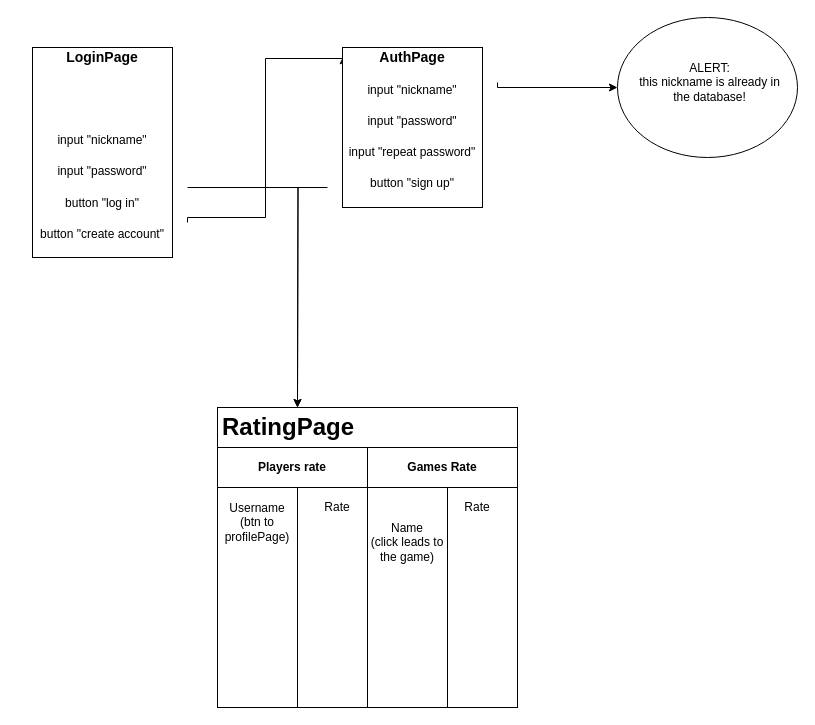
Before: plan_letsfit.drawio in nickmatsnev/letsfit, a draw.io diagram. Source tidied: cells renumbered, new cells numbered last; positions are measured from the earlier drawing's top-left corner, leaving out a move shared by most shapes. Both pictures are drawn from the tidied source at 100%, with x=0, y=0 at pixel (17, 17).
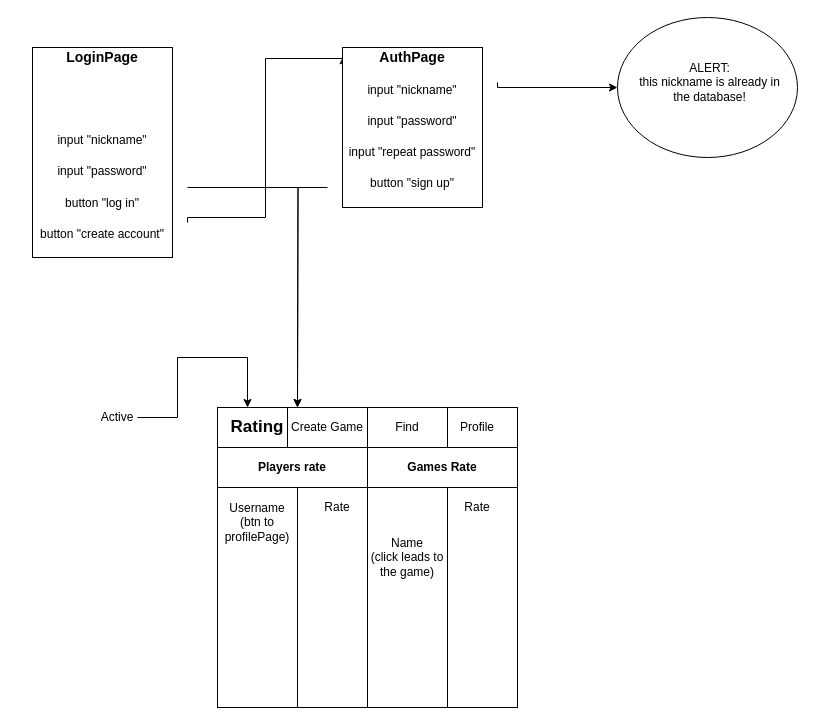
The same diagram, later.

Diff of the diagram source:
```diff
@@
-    <mxCell id="15" value="&lt;h1&gt;RatingPage&lt;/h1&gt;&lt;p&gt;&lt;br&gt;&lt;/p&gt;" style="text;html=1;strokeColor=none;fillColor=none;spacing=5;spacingTop=-20;whiteSpace=wrap;overflow=hidden;rounded=0;" parent="1" vertex="1">
-      <mxGeometry x="200" y="390" width="150" height="40" as="geometry" />
-    </mxCell>
@@
     <mxCell id="25" value="Name&lt;br&gt;(click leads to the game)" style="text;html=1;strokeColor=none;fillColor=none;align=center;verticalAlign=middle;whiteSpace=wrap;rounded=0;" parent="1" vertex="1">
-      <mxGeometry x="350" y="470" width="80" height="110" as="geometry" />
+      <mxGeometry x="350" y="500" width="80" height="80" as="geometry" />
     </mxCell>
+    <mxCell id="26" style="rounded=0;whiteSpace=wrap;html=1;" parent="1" vertex="1">
+      <mxGeometry x="270" y="390" width="80" height="40" as="geometry" />
+    </mxCell>
+    <mxCell id="27" value="&lt;b&gt;&lt;font style=&quot;font-size: 17px&quot;&gt;Rating&lt;/font&gt;&lt;/b&gt;" style="text;html=1;strokeColor=none;fillColor=none;align=center;verticalAlign=middle;whiteSpace=wrap;rounded=0;" parent="1" vertex="1">
+      <mxGeometry x="220" y="400" width="40" height="20" as="geometry" />
+    </mxCell>
+    <mxCell id="28" style="edgeStyle=orthogonalEdgeStyle;rounded=0;jettySize=auto;html=1;exitX=1;exitY=0.5;exitDx=0;exitDy=0;" parent="1" edge="1" source="29">
+      <mxGeometry relative="1" as="geometry">
+        <mxPoint x="230" y="390" as="targetPoint" />
+        <Array as="points">
+          <mxPoint x="160" y="400" />
+          <mxPoint x="160" y="340" />
+          <mxPoint x="230" y="340" />
+        </Array>
+      </mxGeometry>
+    </mxCell>
+    <mxCell id="29" value="Active" style="text;html=1;strokeColor=none;fillColor=none;align=center;verticalAlign=middle;whiteSpace=wrap;rounded=0;" parent="1" vertex="1">
+      <mxGeometry x="80" y="390" width="40" height="20" as="geometry" />
+    </mxCell>
+    <mxCell id="30" value="Create Game" style="text;html=1;strokeColor=none;fillColor=none;align=center;verticalAlign=middle;whiteSpace=wrap;rounded=0;" parent="1" vertex="1">
+      <mxGeometry x="270" y="400" width="80" height="20" as="geometry" />
+    </mxCell>
+    <mxCell id="31" value="Profile" style="text;html=1;strokeColor=none;fillColor=none;align=center;verticalAlign=middle;whiteSpace=wrap;rounded=0;" parent="1" vertex="1">
+      <mxGeometry x="420" y="400" width="80" height="20" as="geometry" />
+    </mxCell>
+    <mxCell id="32" style="rounded=0;whiteSpace=wrap;html=1;" parent="1" vertex="1">
+      <mxGeometry x="350" y="390" width="80" height="40" as="geometry" />
+    </mxCell>
+    <mxCell id="33" value="Find" style="text;html=1;strokeColor=none;fillColor=none;align=center;verticalAlign=middle;whiteSpace=wrap;rounded=0;" parent="1" vertex="1">
+      <mxGeometry x="350" y="400" width="80" height="20" as="geometry" />
+    </mxCell>
```
